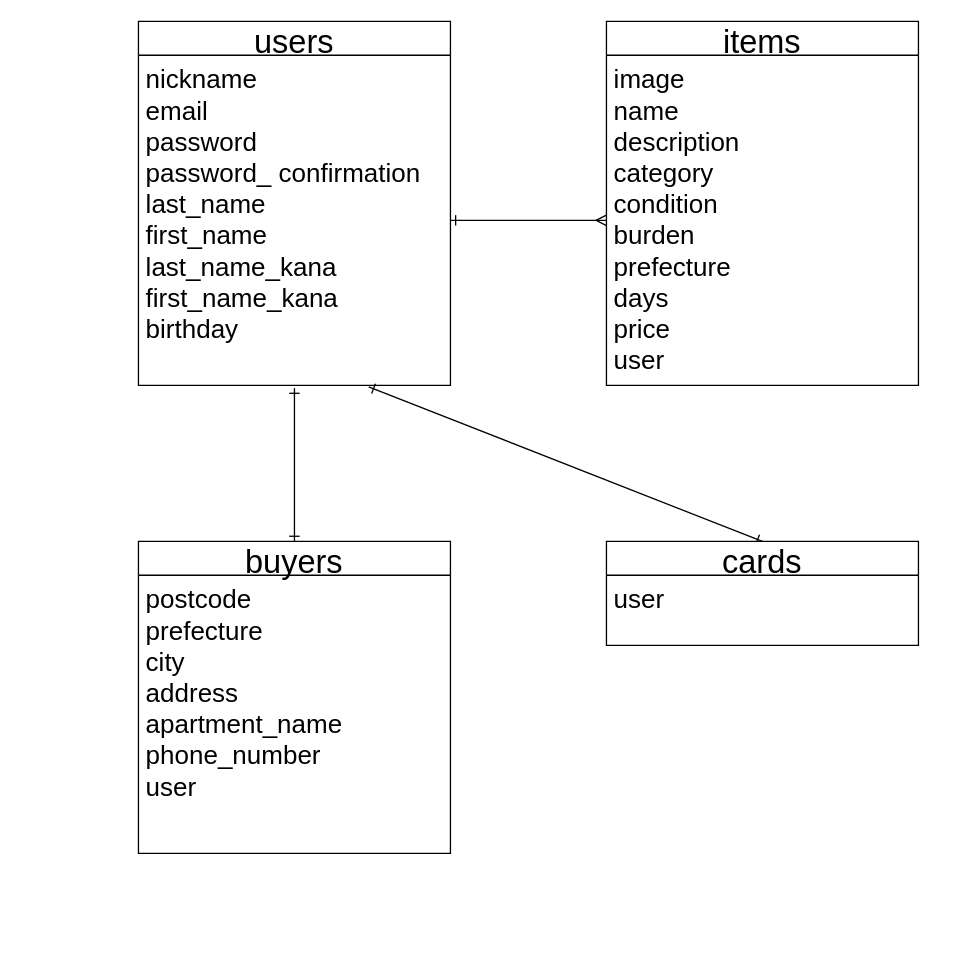
yuyare97/furima-37355 keeps this draw.io diagram as test.dio. Above is the earlier version. Source tidied: cells renumbered, new cells numbered last; positions are measured from the earlier drawing's top-left corner, leaving out a move shared by most shapes. Both pictures are drawn from the tidied source at 130%, with x=0, y=0 at pixel (138, 21).
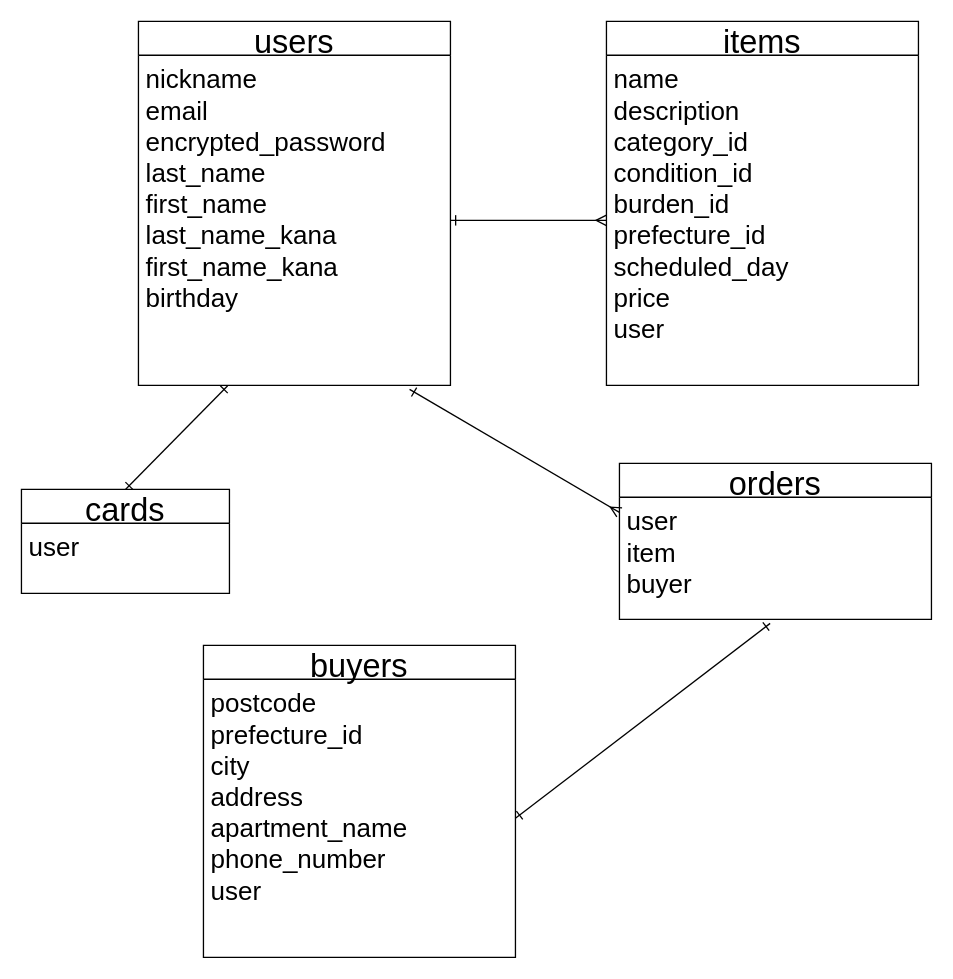
After the change.

Diff of the diagram source:
```diff
@@
 <mxGraphModel>
   <root>
     <mxCell id="0" />
     <mxCell id="1" parent="0" />
     <mxCell id="2" value="users" style="swimlane;fontStyle=0;horizontal=1;startSize=26;align=center;fontSize=25;" parent="1" vertex="1">
       <mxGeometry width="240" height="280" as="geometry" />
     </mxCell>
-    <mxCell id="3" value="nickname&#10;email&#10;password&#10;password_ confirmation&#10;last_name&#10;first_name&#10;last_name_kana&#10;first_name_kana&#10;birthday" style="text;strokeColor=none;fillColor=none;spacingLeft=4;spacingRight=4;overflow=hidden;points=[[0,0.5],[1,0.5]];portConstraint=eastwest;fontSize=20;align=left;" parent="2" vertex="1">
+    <mxCell id="3" value="nickname&#10;email&#10;encrypted_password&#10;last_name&#10;first_name&#10;last_name_kana&#10;first_name_kana&#10;birthday" style="text;strokeColor=none;fillColor=none;spacingLeft=4;spacingRight=4;overflow=hidden;points=[[0,0.5],[1,0.5]];portConstraint=eastwest;fontSize=20;align=left;" parent="2" vertex="1">
       <mxGeometry y="26" width="240" height="254" as="geometry" />
     </mxCell>
     <mxCell id="4" value="items" style="swimlane;fontStyle=0;horizontal=1;startSize=26;align=center;fontSize=25;" parent="1" vertex="1">
       <mxGeometry x="360" width="240" height="280" as="geometry" />
     </mxCell>
-    <mxCell id="5" value="image&#10;name&#10;description&#10;category&#10;condition&#10;burden&#10;prefecture&#10;days&#10;price&#10;user&#10;" style="text;strokeColor=none;fillColor=none;spacingLeft=4;spacingRight=4;overflow=hidden;points=[[0,0.5],[1,0.5]];portConstraint=eastwest;fontSize=20;" parent="4" vertex="1">
+    <mxCell id="5" value="name&#10;description&#10;category_id&#10;condition_id&#10;burden_id&#10;prefecture_id&#10;scheduled_day&#10;price&#10;user&#10;" style="text;strokeColor=none;fillColor=none;spacingLeft=4;spacingRight=4;overflow=hidden;points=[[0,0.5],[1,0.5]];portConstraint=eastwest;fontSize=20;" parent="4" vertex="1">
       <mxGeometry y="26" width="240" height="254" as="geometry" />
     </mxCell>
     <mxCell id="6" style="edgeStyle=none;html=1;exitX=1;exitY=0.5;exitDx=0;exitDy=0;entryX=0;entryY=0.5;entryDx=0;entryDy=0;fontSize=20;endArrow=ERmany;endFill=0;startArrow=ERone;startFill=0;" parent="1" edge="1" source="3" target="5">
       <mxGeometry relative="1" as="geometry" />
     </mxCell>
-    <mxCell id="7" style="edgeStyle=none;html=1;exitX=0.5;exitY=0;exitDx=0;exitDy=0;entryX=0.5;entryY=1.008;entryDx=0;entryDy=0;entryPerimeter=0;fontSize=20;startArrow=ERone;startFill=0;endArrow=ERone;endFill=0;" parent="1" edge="1" source="8" target="3">
-      <mxGeometry relative="1" as="geometry" />
-    </mxCell>
     <mxCell id="8" value="buyers" style="swimlane;fontStyle=0;horizontal=1;startSize=26;align=center;fontSize=25;" parent="1" vertex="1">
-      <mxGeometry y="400" width="240" height="240" as="geometry" />
+      <mxGeometry x="50" y="480" width="240" height="240" as="geometry" />
     </mxCell>
-    <mxCell id="9" value="postcode&#10;prefecture&#10;city&#10;address&#10;apartment_name&#10;phone_number&#10;user" style="text;strokeColor=none;fillColor=none;spacingLeft=4;spacingRight=4;overflow=hidden;points=[[0,0.5],[1,0.5]];portConstraint=eastwest;fontSize=20;" parent="8" vertex="1">
+    <mxCell id="9" value="postcode&#10;prefecture_id&#10;city&#10;address&#10;apartment_name&#10;phone_number&#10;user" style="text;strokeColor=none;fillColor=none;spacingLeft=4;spacingRight=4;overflow=hidden;points=[[0,0.5],[1,0.5]];portConstraint=eastwest;fontSize=20;" parent="8" vertex="1">
       <mxGeometry y="26" width="240" height="214" as="geometry" />
     </mxCell>
-    <mxCell id="10" style="edgeStyle=none;html=1;exitX=0.5;exitY=0;exitDx=0;exitDy=0;entryX=0.738;entryY=1.004;entryDx=0;entryDy=0;entryPerimeter=0;fontSize=20;startArrow=ERone;startFill=0;endArrow=ERone;endFill=0;" parent="1" edge="1" source="11" target="3">
+    <mxCell id="10" style="edgeStyle=none;html=1;exitX=0.5;exitY=0;exitDx=0;exitDy=0;fontSize=20;startArrow=ERone;startFill=0;endArrow=ERone;endFill=0;entryX=0.286;entryY=1.001;entryDx=0;entryDy=0;entryPerimeter=0;" parent="1" edge="1" source="11" target="3">
       <mxGeometry relative="1" as="geometry" />
     </mxCell>
     <mxCell id="11" value="cards" style="swimlane;fontStyle=0;horizontal=1;startSize=26;align=center;fontSize=25;" parent="1" vertex="1">
-      <mxGeometry x="360" y="400" width="240" height="80" as="geometry" />
+      <mxGeometry x="-90" y="360" width="160" height="80" as="geometry" />
     </mxCell>
     <mxCell id="12" value="user" style="text;strokeColor=none;fillColor=none;spacingLeft=4;spacingRight=4;overflow=hidden;fontSize=20;" parent="11" vertex="1">
-      <mxGeometry y="26" width="240" height="54" as="geometry" />
+      <mxGeometry y="26" width="160" height="54" as="geometry" />
     </mxCell>
+    <mxCell id="13" value="orders" style="swimlane;fontStyle=0;horizontal=1;startSize=26;align=center;fontSize=25;" parent="1" vertex="1">
+      <mxGeometry x="370" y="340" width="240" height="120" as="geometry" />
+    </mxCell>
+    <mxCell id="14" value="user&#10;item&#10;buyer" style="text;strokeColor=none;fillColor=none;spacingLeft=4;spacingRight=4;overflow=hidden;points=[[0,0.5],[1,0.5]];portConstraint=eastwest;fontSize=20;" parent="13" vertex="1">
+      <mxGeometry y="26" width="240" height="94" as="geometry" />
+    </mxCell>
+    <mxCell id="15" style="edgeStyle=none;html=1;exitX=0;exitY=0.124;exitDx=0;exitDy=0;entryX=0.869;entryY=1.012;entryDx=0;entryDy=0;entryPerimeter=0;fontSize=20;startArrow=ERmany;startFill=0;endArrow=ERone;endFill=0;exitPerimeter=0;" parent="1" edge="1" source="14" target="3">
+      <mxGeometry relative="1" as="geometry" />
+    </mxCell>
+    <mxCell id="16" style="edgeStyle=none;html=1;exitX=1;exitY=0.5;exitDx=0;exitDy=0;entryX=0.483;entryY=1.032;entryDx=0;entryDy=0;entryPerimeter=0;fontSize=20;startArrow=ERone;startFill=0;endArrow=ERone;endFill=0;" parent="1" edge="1" source="9" target="14">
+      <mxGeometry relative="1" as="geometry" />
+    </mxCell>
   </root>
 </mxGraphModel>
```
